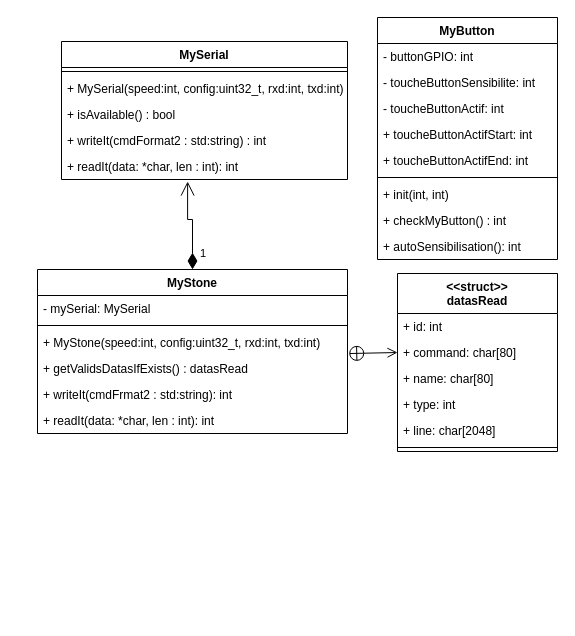
The draw.io diagram docs/StoneSchemaClass.drawio in Kaitomone/MeublesDubeInc, before the edit. Source tidied: cells renumbered, new cells numbered last; positions are measured from the earlier drawing's top-left corner, leaving out a move shared by most shapes. Both pictures are drawn from the tidied source at 100%, with x=0, y=0 at pixel (37, 17).
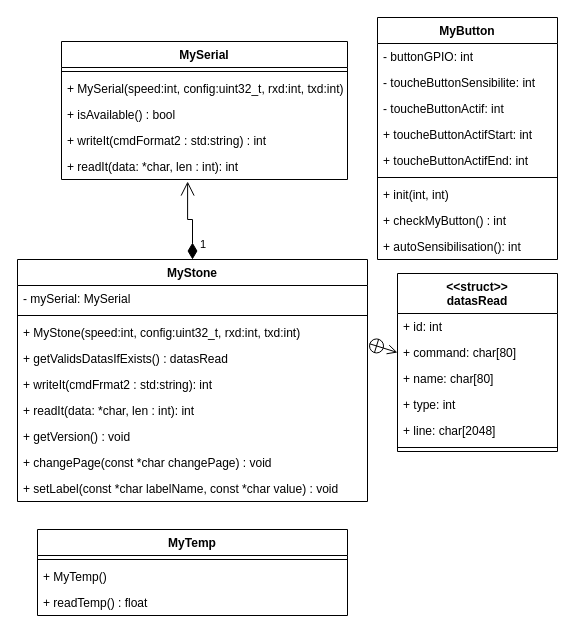
The same diagram, later.

Diff of the diagram source:
```diff
@@
     <mxCell id="2" value="MyStone" style="swimlane;fontStyle=1;align=center;verticalAlign=top;horizontal=1;startSize=26;" parent="1" vertex="1">
-      <mxGeometry y="252" width="310" height="164" as="geometry" />
+      <mxGeometry x="-20" y="242" width="350" height="242" as="geometry" />
     </mxCell>
     <mxCell id="3" value="- mySerial: MySerial" style="text;strokeColor=none;fillColor=none;align=left;verticalAlign=top;spacingLeft=4;spacingRight=4;overflow=hidden;" parent="2" vertex="1">
-      <mxGeometry y="26" width="310" height="26" as="geometry" />
+      <mxGeometry y="26" width="350" height="26" as="geometry" />
     </mxCell>
     <mxCell id="4" style="line;strokeWidth=1;fillColor=none;align=left;verticalAlign=middle;spacingTop=-1;spacingLeft=3;spacingRight=3;labelPosition=right;" parent="2" vertex="1">
-      <mxGeometry y="52" width="310" height="8" as="geometry" />
+      <mxGeometry y="52" width="350" height="8" as="geometry" />
     </mxCell>
     <mxCell id="5" value="+ MyStone(speed:int, config:uint32_t, rxd:int, txd:int)" style="text;strokeColor=none;fillColor=none;align=left;verticalAlign=top;spacingLeft=4;spacingRight=4;overflow=hidden;" parent="2" vertex="1">
-      <mxGeometry y="60" width="310" height="26" as="geometry" />
+      <mxGeometry y="60" width="350" height="26" as="geometry" />
     </mxCell>
     <mxCell id="6" value="+ getValidsDatasIfExists() : datasRead" style="text;strokeColor=none;fillColor=none;align=left;verticalAlign=top;spacingLeft=4;spacingRight=4;overflow=hidden;points=[[0,0.5],[1,0.5]];portConstraint=eastwest;" parent="2" vertex="1">
-      <mxGeometry y="86" width="310" height="26" as="geometry" />
+      <mxGeometry y="86" width="350" height="26" as="geometry" />
     </mxCell>
     <mxCell id="7" value="+ writeIt(cmdFrmat2 : std:string): int" style="text;strokeColor=none;fillColor=none;align=left;verticalAlign=top;spacingLeft=4;spacingRight=4;overflow=hidden;" parent="2" vertex="1">
-      <mxGeometry y="112" width="310" height="26" as="geometry" />
+      <mxGeometry y="112" width="350" height="26" as="geometry" />
     </mxCell>
     <mxCell id="8" value="+ readIt(data: *char, len : int): int " style="text;strokeColor=none;fillColor=none;align=left;verticalAlign=top;spacingLeft=4;spacingRight=4;overflow=hidden;" parent="2" vertex="1">
-      <mxGeometry y="138" width="310" height="26" as="geometry" />
+      <mxGeometry y="138" width="350" height="26" as="geometry" />
     </mxCell>
+    <mxCell id="34" value="+ getVersion() : void " style="text;strokeColor=none;fillColor=none;align=left;verticalAlign=top;spacingLeft=4;spacingRight=4;overflow=hidden;" parent="2" vertex="1">
+      <mxGeometry y="164" width="350" height="26" as="geometry" />
+    </mxCell>
+    <mxCell id="35" value="+ changePage(const *char changePage) : void " style="text;strokeColor=none;fillColor=none;align=left;verticalAlign=top;spacingLeft=4;spacingRight=4;overflow=hidden;" parent="2" vertex="1">
+      <mxGeometry y="190" width="350" height="26" as="geometry" />
+    </mxCell>
+    <mxCell id="36" value="+ setLabel(const *char labelName, const *char value) : void " style="text;strokeColor=none;fillColor=none;align=left;verticalAlign=top;spacingLeft=4;spacingRight=4;overflow=hidden;" parent="2" vertex="1">
+      <mxGeometry y="216" width="350" height="26" as="geometry" />
+    </mxCell>
@@
+    <mxCell id="37" value="MyTemp" style="swimlane;fontStyle=1;align=center;verticalAlign=top;horizontal=1;startSize=26;" parent="1" vertex="1">
+      <mxGeometry y="512" width="310" height="86" as="geometry" />
+    </mxCell>
+    <mxCell id="38" style="line;strokeWidth=1;fillColor=none;align=left;verticalAlign=middle;spacingTop=-1;spacingLeft=3;spacingRight=3;labelPosition=right;" parent="37" vertex="1">
+      <mxGeometry y="26" width="310" height="8" as="geometry" />
+    </mxCell>
+    <mxCell id="39" value="+ MyTemp()" style="text;strokeColor=none;fillColor=none;align=left;verticalAlign=top;spacingLeft=4;spacingRight=4;overflow=hidden;" parent="37" vertex="1">
+      <mxGeometry y="34" width="310" height="26" as="geometry" />
+    </mxCell>
+    <mxCell id="40" value="+ readTemp() : float" style="text;strokeColor=none;fillColor=none;align=left;verticalAlign=top;spacingLeft=4;spacingRight=4;overflow=hidden;" parent="37" vertex="1">
+      <mxGeometry y="60" width="310" height="26" as="geometry" />
+    </mxCell>
```
